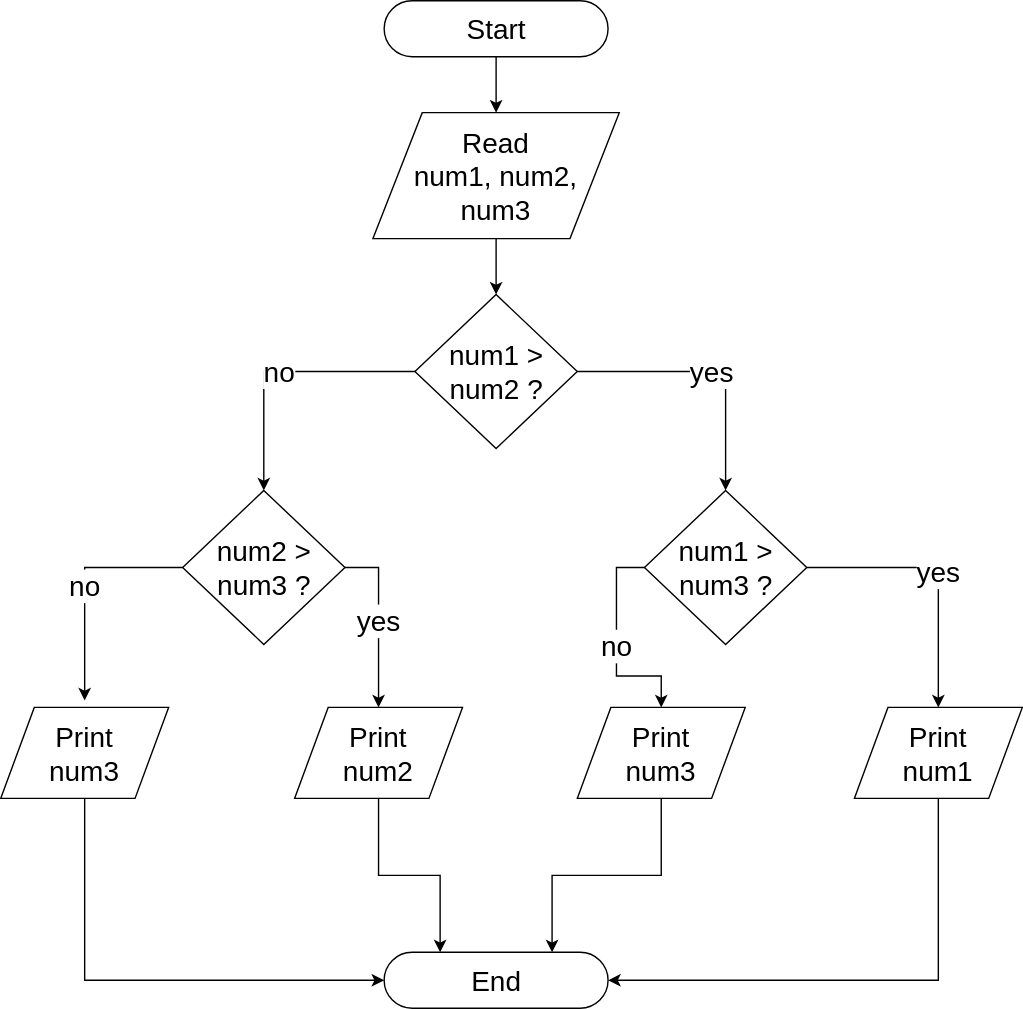
Before: Max of 3 Numbers.svg, a diagram exported from draw.io (kbseyam/Algorithm). Source tidied: cells renumbered, new cells last; positions are measured from the earlier drawing's top-left corner, leaving out a move shared by most shapes. Source of this version:
```xml
<mxGraphModel>
  <root>
    <mxCell id="0" />
    <mxCell id="1" parent="0" />
    <mxCell id="2" style="edgeStyle=orthogonalEdgeStyle;rounded=0;jettySize=auto;html=1;fontSize=20;" parent="1" edge="1" source="3" target="5">
      <mxGeometry relative="1" as="geometry" />
    </mxCell>
    <mxCell id="3" value="&lt;font style=&quot;font-size: 20px&quot;&gt;Start&lt;/font&gt;" style="html=1;dashed=0;whitespace=wrap;shape=mxgraph.dfd.start;" parent="1" vertex="1">
      <mxGeometry x="274" width="160" height="40" as="geometry" />
    </mxCell>
    <mxCell id="4" style="edgeStyle=orthogonalEdgeStyle;rounded=0;jettySize=auto;html=1;fontSize=20;" parent="1" edge="1" source="5" target="8">
      <mxGeometry relative="1" as="geometry" />
    </mxCell>
    <mxCell id="5" value="Read&lt;br&gt;num1, num2,&lt;br&gt;num3" style="shape=parallelogram;perimeter=parallelogramPerimeter;whiteSpace=wrap;html=1;dashed=0;fontSize=20;" parent="1" vertex="1">
      <mxGeometry x="266" y="80" width="176" height="90" as="geometry" />
    </mxCell>
    <mxCell id="6" value="yes" style="edgeStyle=orthogonalEdgeStyle;rounded=0;jettySize=auto;html=1;exitX=1;exitY=0.5;exitDx=0;exitDy=0;entryX=0.5;entryY=0;entryDx=0;entryDy=0;fontSize=20;" parent="1" edge="1" source="8" target="11">
      <mxGeometry relative="1" as="geometry" />
    </mxCell>
    <mxCell id="7" value="no" style="edgeStyle=orthogonalEdgeStyle;rounded=0;jettySize=auto;html=1;exitX=0;exitY=0.5;exitDx=0;exitDy=0;entryX=0.5;entryY=0;entryDx=0;entryDy=0;fontSize=20;" parent="1" edge="1" source="8" target="14">
      <mxGeometry relative="1" as="geometry" />
    </mxCell>
    <mxCell id="8" value="num1 &amp;gt;&lt;br&gt;num2 ?" style="shape=rhombus;html=1;dashed=0;whitespace=wrap;perimeter=rhombusPerimeter;fontSize=20;" parent="1" vertex="1">
      <mxGeometry x="296" y="210" width="116" height="110" as="geometry" />
    </mxCell>
    <mxCell id="9" value="yes" style="edgeStyle=orthogonalEdgeStyle;rounded=0;jettySize=auto;html=1;exitX=1;exitY=0.5;exitDx=0;exitDy=0;entryX=0.5;entryY=0;entryDx=0;entryDy=0;fontSize=20;" parent="1" edge="1" source="11" target="16">
      <mxGeometry relative="1" as="geometry" />
    </mxCell>
    <mxCell id="10" value="no" style="edgeStyle=orthogonalEdgeStyle;rounded=0;jettySize=auto;html=1;exitX=0;exitY=0.5;exitDx=0;exitDy=0;entryX=0.5;entryY=0;entryDx=0;entryDy=0;fontSize=20;" parent="1" edge="1" source="11" target="18">
      <mxGeometry relative="1" as="geometry" />
    </mxCell>
    <mxCell id="11" value="num1 &amp;gt;&lt;br&gt;num3 ?" style="shape=rhombus;html=1;dashed=0;whitespace=wrap;perimeter=rhombusPerimeter;fontSize=20;" parent="1" vertex="1">
      <mxGeometry x="460" y="350" width="116" height="110" as="geometry" />
    </mxCell>
    <mxCell id="12" value="yes" style="edgeStyle=orthogonalEdgeStyle;rounded=0;jettySize=auto;html=1;exitX=1;exitY=0.5;exitDx=0;exitDy=0;entryX=0.5;entryY=0;entryDx=0;entryDy=0;fontSize=20;" parent="1" edge="1" source="14" target="20">
      <mxGeometry relative="1" as="geometry" />
    </mxCell>
    <mxCell id="13" value="no" style="edgeStyle=orthogonalEdgeStyle;rounded=0;jettySize=auto;html=1;exitX=0;exitY=0.5;exitDx=0;exitDy=0;fontSize=20;" parent="1" edge="1" source="14">
      <mxGeometry relative="1" as="geometry">
        <mxPoint x="60" y="500" as="targetPoint" />
        <Array as="points">
          <mxPoint x="60" y="405" />
        </Array>
      </mxGeometry>
    </mxCell>
    <mxCell id="14" value="num2 &amp;gt;&lt;br&gt;num3 ?" style="shape=rhombus;html=1;dashed=0;whitespace=wrap;perimeter=rhombusPerimeter;fontSize=20;" parent="1" vertex="1">
      <mxGeometry x="130" y="350" width="116" height="110" as="geometry" />
    </mxCell>
    <mxCell id="15" style="edgeStyle=orthogonalEdgeStyle;rounded=0;jettySize=auto;html=1;exitX=0.5;exitY=1;exitDx=0;exitDy=0;entryX=1;entryY=0.5;entryDx=0;entryDy=0;entryPerimeter=0;fontSize=20;" parent="1" edge="1" source="16" target="23">
      <mxGeometry relative="1" as="geometry" />
    </mxCell>
    <mxCell id="16" value="Print&lt;br&gt;num1" style="shape=parallelogram;perimeter=parallelogramPerimeter;whiteSpace=wrap;html=1;dashed=0;fontSize=20;" parent="1" vertex="1">
      <mxGeometry x="610" y="505" width="120" height="65" as="geometry" />
    </mxCell>
    <mxCell id="17" style="edgeStyle=orthogonalEdgeStyle;rounded=0;jettySize=auto;html=1;exitX=0.5;exitY=1;exitDx=0;exitDy=0;entryX=0.75;entryY=0;entryDx=0;entryDy=0;entryPerimeter=0;fontSize=20;" parent="1" edge="1" source="18" target="23">
      <mxGeometry relative="1" as="geometry" />
    </mxCell>
    <mxCell id="18" value="Print&lt;br&gt;num3" style="shape=parallelogram;perimeter=parallelogramPerimeter;whiteSpace=wrap;html=1;dashed=0;fontSize=20;" parent="1" vertex="1">
      <mxGeometry x="412" y="505" width="120" height="65" as="geometry" />
    </mxCell>
    <mxCell id="19" style="edgeStyle=orthogonalEdgeStyle;rounded=0;jettySize=auto;html=1;exitX=0.5;exitY=1;exitDx=0;exitDy=0;entryX=0.25;entryY=0;entryDx=0;entryDy=0;entryPerimeter=0;fontSize=20;" parent="1" edge="1" source="20" target="23">
      <mxGeometry relative="1" as="geometry" />
    </mxCell>
    <mxCell id="20" value="Print&lt;br&gt;num2" style="shape=parallelogram;perimeter=parallelogramPerimeter;whiteSpace=wrap;html=1;dashed=0;fontSize=20;" parent="1" vertex="1">
      <mxGeometry x="210" y="505" width="120" height="65" as="geometry" />
    </mxCell>
    <mxCell id="21" style="edgeStyle=orthogonalEdgeStyle;rounded=0;jettySize=auto;html=1;exitX=0.5;exitY=1;exitDx=0;exitDy=0;entryX=0;entryY=0.5;entryDx=0;entryDy=0;entryPerimeter=0;fontSize=20;" parent="1" edge="1" source="22" target="23">
      <mxGeometry relative="1" as="geometry" />
    </mxCell>
    <mxCell id="22" value="Print&lt;br&gt;num3" style="shape=parallelogram;perimeter=parallelogramPerimeter;whiteSpace=wrap;html=1;dashed=0;fontSize=20;" parent="1" vertex="1">
      <mxGeometry y="505" width="120" height="65" as="geometry" />
    </mxCell>
    <mxCell id="23" value="&lt;font style=&quot;font-size: 20px&quot;&gt;End&lt;/font&gt;" style="html=1;dashed=0;whitespace=wrap;shape=mxgraph.dfd.start;" parent="1" vertex="1">
      <mxGeometry x="274" y="680" width="160" height="40" as="geometry" />
    </mxCell>
  </root>
</mxGraphModel>
```
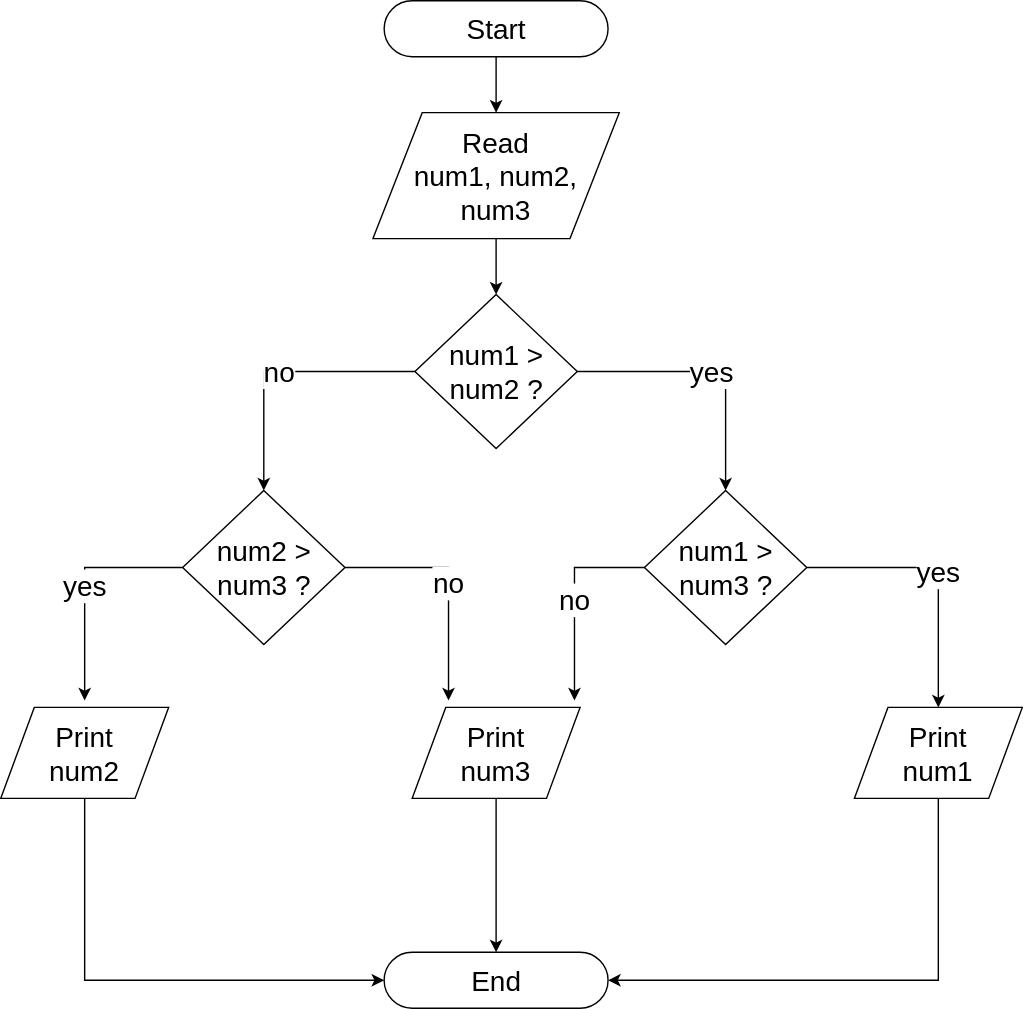
After the commit.

The edit, as a diff of the source:
```diff
@@ -26,16 +26,23 @@
     <mxCell id="9" value="yes" style="edgeStyle=orthogonalEdgeStyle;rounded=0;jettySize=auto;html=1;exitX=1;exitY=0.5;exitDx=0;exitDy=0;entryX=0.5;entryY=0;entryDx=0;entryDy=0;fontSize=20;" parent="1" edge="1" source="11" target="16">
       <mxGeometry relative="1" as="geometry" />
     </mxCell>
-    <mxCell id="10" value="no" style="edgeStyle=orthogonalEdgeStyle;rounded=0;jettySize=auto;html=1;exitX=0;exitY=0.5;exitDx=0;exitDy=0;entryX=0.5;entryY=0;entryDx=0;entryDy=0;fontSize=20;" parent="1" edge="1" source="11" target="18">
-      <mxGeometry relative="1" as="geometry" />
+    <mxCell id="10" value="no" style="edgeStyle=orthogonalEdgeStyle;rounded=0;jettySize=auto;html=1;exitX=0;exitY=0.5;exitDx=0;exitDy=0;fontSize=20;" parent="1" edge="1" source="11">
+      <mxGeometry relative="1" as="geometry">
+        <mxPoint x="410" y="500" as="targetPoint" />
+      </mxGeometry>
     </mxCell>
     <mxCell id="11" value="num1 &amp;gt;&lt;br&gt;num3 ?" style="shape=rhombus;html=1;dashed=0;whitespace=wrap;perimeter=rhombusPerimeter;fontSize=20;" parent="1" vertex="1">
       <mxGeometry x="460" y="350" width="116" height="110" as="geometry" />
     </mxCell>
-    <mxCell id="12" value="yes" style="edgeStyle=orthogonalEdgeStyle;rounded=0;jettySize=auto;html=1;exitX=1;exitY=0.5;exitDx=0;exitDy=0;entryX=0.5;entryY=0;entryDx=0;entryDy=0;fontSize=20;" parent="1" edge="1" source="14" target="20">
-      <mxGeometry relative="1" as="geometry" />
+    <mxCell id="12" value="no" style="edgeStyle=orthogonalEdgeStyle;rounded=0;jettySize=auto;html=1;exitX=1;exitY=0.5;exitDx=0;exitDy=0;fontSize=20;" parent="1" edge="1" source="14">
+      <mxGeometry relative="1" as="geometry">
+        <mxPoint x="320" y="500" as="targetPoint" />
+        <Array as="points">
+          <mxPoint x="320" y="405" />
+        </Array>
+      </mxGeometry>
     </mxCell>
-    <mxCell id="13" value="no" style="edgeStyle=orthogonalEdgeStyle;rounded=0;jettySize=auto;html=1;exitX=0;exitY=0.5;exitDx=0;exitDy=0;fontSize=20;" parent="1" edge="1" source="14">
+    <mxCell id="13" value="yes" style="edgeStyle=orthogonalEdgeStyle;rounded=0;jettySize=auto;html=1;exitX=0;exitY=0.5;exitDx=0;exitDy=0;fontSize=20;" parent="1" edge="1" source="14">
       <mxGeometry relative="1" as="geometry">
         <mxPoint x="60" y="500" as="targetPoint" />
         <Array as="points">
@@ -52,22 +59,16 @@
     <mxCell id="16" value="Print&lt;br&gt;num1" style="shape=parallelogram;perimeter=parallelogramPerimeter;whiteSpace=wrap;html=1;dashed=0;fontSize=20;" parent="1" vertex="1">
       <mxGeometry x="610" y="505" width="120" height="65" as="geometry" />
     </mxCell>
-    <mxCell id="17" style="edgeStyle=orthogonalEdgeStyle;rounded=0;jettySize=auto;html=1;exitX=0.5;exitY=1;exitDx=0;exitDy=0;entryX=0.75;entryY=0;entryDx=0;entryDy=0;entryPerimeter=0;fontSize=20;" parent="1" edge="1" source="18" target="23">
+    <mxCell id="17" style="edgeStyle=orthogonalEdgeStyle;rounded=0;jettySize=auto;html=1;exitX=0.5;exitY=1;exitDx=0;exitDy=0;fontSize=20;" parent="1" edge="1" source="18" target="23">
       <mxGeometry relative="1" as="geometry" />
     </mxCell>
     <mxCell id="18" value="Print&lt;br&gt;num3" style="shape=parallelogram;perimeter=parallelogramPerimeter;whiteSpace=wrap;html=1;dashed=0;fontSize=20;" parent="1" vertex="1">
-      <mxGeometry x="412" y="505" width="120" height="65" as="geometry" />
+      <mxGeometry x="294" y="505" width="120" height="65" as="geometry" />
     </mxCell>
-    <mxCell id="19" style="edgeStyle=orthogonalEdgeStyle;rounded=0;jettySize=auto;html=1;exitX=0.5;exitY=1;exitDx=0;exitDy=0;entryX=0.25;entryY=0;entryDx=0;entryDy=0;entryPerimeter=0;fontSize=20;" parent="1" edge="1" source="20" target="23">
-      <mxGeometry relative="1" as="geometry" />
-    </mxCell>
-    <mxCell id="20" value="Print&lt;br&gt;num2" style="shape=parallelogram;perimeter=parallelogramPerimeter;whiteSpace=wrap;html=1;dashed=0;fontSize=20;" parent="1" vertex="1">
-      <mxGeometry x="210" y="505" width="120" height="65" as="geometry" />
-    </mxCell>
     <mxCell id="21" style="edgeStyle=orthogonalEdgeStyle;rounded=0;jettySize=auto;html=1;exitX=0.5;exitY=1;exitDx=0;exitDy=0;entryX=0;entryY=0.5;entryDx=0;entryDy=0;entryPerimeter=0;fontSize=20;" parent="1" edge="1" source="22" target="23">
       <mxGeometry relative="1" as="geometry" />
     </mxCell>
-    <mxCell id="22" value="Print&lt;br&gt;num3" style="shape=parallelogram;perimeter=parallelogramPerimeter;whiteSpace=wrap;html=1;dashed=0;fontSize=20;" parent="1" vertex="1">
+    <mxCell id="22" value="Print&lt;br&gt;num2" style="shape=parallelogram;perimeter=parallelogramPerimeter;whiteSpace=wrap;html=1;dashed=0;fontSize=20;" parent="1" vertex="1">
       <mxGeometry y="505" width="120" height="65" as="geometry" />
     </mxCell>
     <mxCell id="23" value="&lt;font style=&quot;font-size: 20px&quot;&gt;End&lt;/font&gt;" style="html=1;dashed=0;whitespace=wrap;shape=mxgraph.dfd.start;" parent="1" vertex="1">
```
